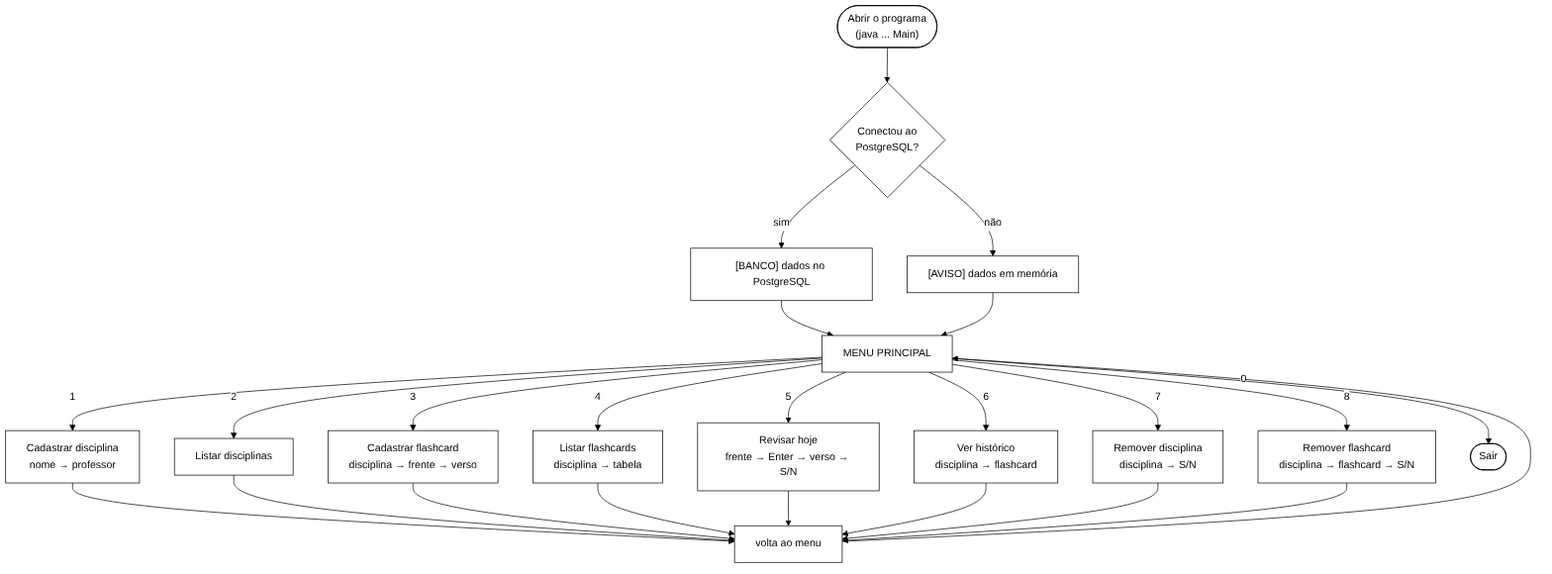
Before: docs/diagramas/mapa-navegacao.png, a diagram exported from Mermaid (AndraxZin/Cadencia). Its source is kept beside it as docs/diagramas/mapa-navegacao.mmd. Its diagram source:
```mermaid
%%{init: {"theme":"base","fontFamily":"Liberation Sans, Arial, sans-serif","themeCSS":".labelBkg{background-color:#ffffff !important;} .edgeLabel{background-color:#ffffff !important;}","themeVariables":{"background":"#ffffff","primaryColor":"#ffffff","primaryTextColor":"#000000","primaryBorderColor":"#000000","secondaryColor":"#ffffff","tertiaryColor":"#ffffff","lineColor":"#000000","textColor":"#000000","mainBkg":"#ffffff","nodeBorder":"#000000","edgeLabelBackground":"#ffffff","clusterBkg":"#ffffff","clusterBorder":"#000000","fontFamily":"Liberation Sans, Arial, sans-serif","fontSize":"15px"}}}%%
flowchart TD
    INICIO(["Abrir o programa<br/>(java ... Main)"]) --> CONEXAO{"Conectou ao<br/>PostgreSQL?"}
    CONEXAO -- sim --> BANCO["[BANCO] dados no PostgreSQL"]
    CONEXAO -- não --> MEMORIA["[AVISO] dados em memória"]
    BANCO --> MENU
    MEMORIA --> MENU
    MENU["MENU PRINCIPAL"]
    MENU -- 1 --> O1["Cadastrar disciplina<br/>nome → professor"]
    MENU -- 2 --> O2["Listar disciplinas"]
    MENU -- 3 --> O3["Cadastrar flashcard<br/>disciplina → frente → verso"]
    MENU -- 4 --> O4["Listar flashcards<br/>disciplina → tabela"]
    MENU -- 5 --> O5["Revisar hoje<br/>frente → Enter → verso → S/N"]
    MENU -- 6 --> O6["Ver histórico<br/>disciplina → flashcard"]
    MENU -- 7 --> O7["Remover disciplina<br/>disciplina → S/N"]
    MENU -- 8 --> O8["Remover flashcard<br/>disciplina → flashcard → S/N"]
    MENU -- 0 --> FIM(["Sair"])
    O1 & O2 & O3 & O4 --> VOLTA["volta ao menu"]
    O5 & O6 & O7 & O8 --> VOLTA
    VOLTA --> MENU
```
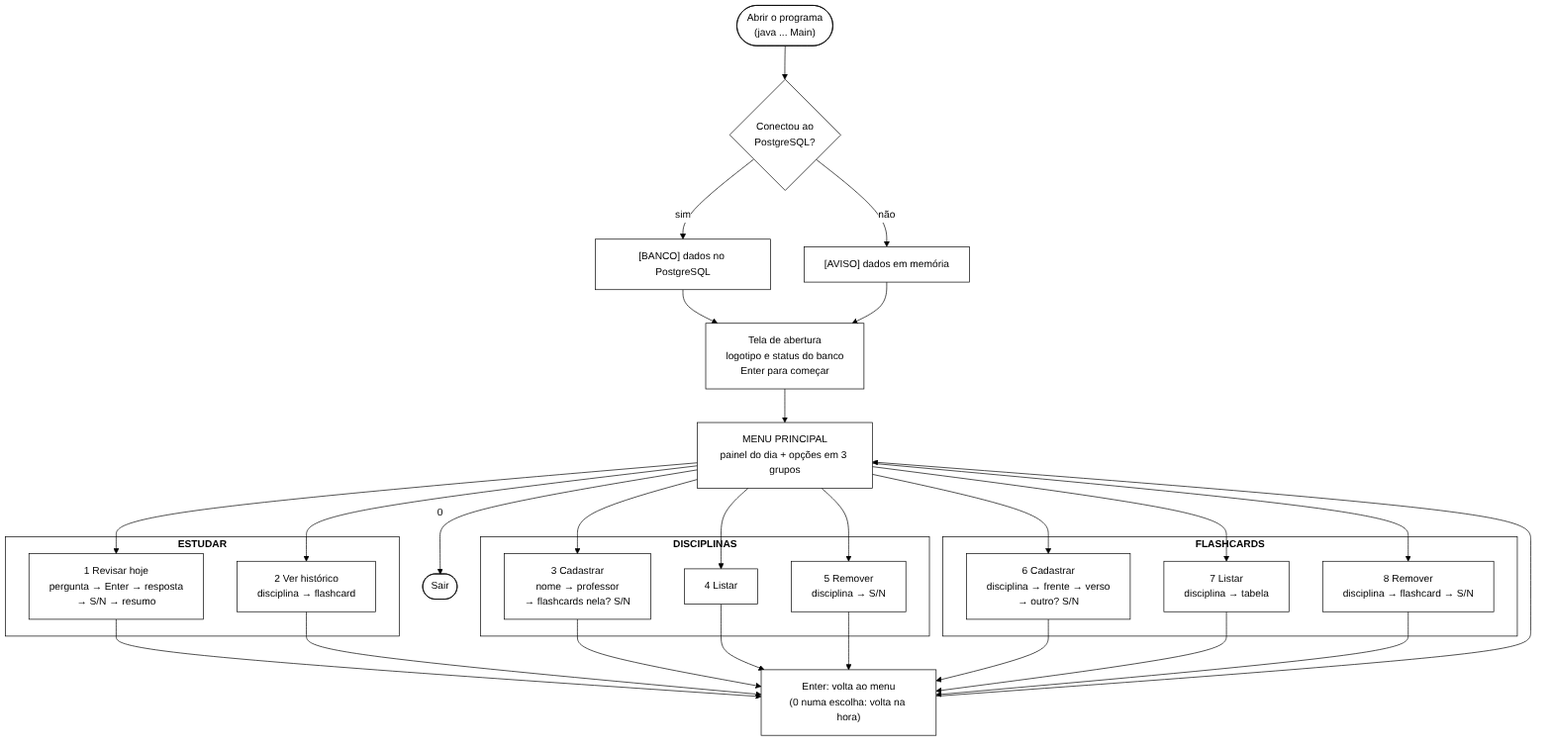
Above is the later version.

The edit, as a diff of the source:
```diff
@@ -1,20 +1,29 @@
-%%{init: {"theme":"base","fontFamily":"Liberation Sans, Arial, sans-serif","themeCSS":".labelBkg{background-color:#ffffff !important;} .edgeLabel{background-color:#ffffff !important;}","themeVariables":{"background":"#ffffff","primaryColor":"#ffffff","primaryTextColor":"#000000","primaryBorderColor":"#000000","secondaryColor":"#ffffff","tertiaryColor":"#ffffff","lineColor":"#000000","textColor":"#000000","mainBkg":"#ffffff","nodeBorder":"#000000","edgeLabelBackground":"#ffffff","clusterBkg":"#ffffff","clusterBorder":"#000000","fontFamily":"Liberation Sans, Arial, sans-serif","fontSize":"15px"}}}%%
+%%{init: {"theme":"base","fontFamily":"Liberation Sans, Arial, sans-serif","themeCSS":".labelBkg{background-color:#ffffff !important;} .edgeLabel{background-color:#ffffff !important;} .cluster-label{font-weight:bold;}","themeVariables":{"background":"#ffffff","primaryColor":"#ffffff","primaryTextColor":"#000000","primaryBorderColor":"#000000","secondaryColor":"#ffffff","tertiaryColor":"#ffffff","lineColor":"#000000","textColor":"#000000","mainBkg":"#ffffff","nodeBorder":"#000000","edgeLabelBackground":"#ffffff","clusterBkg":"#ffffff","clusterBorder":"#000000","fontFamily":"Liberation Sans, Arial, sans-serif","fontSize":"15px"}}}%%
 flowchart TD
     INICIO(["Abrir o programa<br/>(java ... Main)"]) --> CONEXAO{"Conectou ao<br/>PostgreSQL?"}
     CONEXAO -- sim --> BANCO["[BANCO] dados no PostgreSQL"]
     CONEXAO -- não --> MEMORIA["[AVISO] dados em memória"]
-    BANCO --> MENU
-    MEMORIA --> MENU
-    MENU["MENU PRINCIPAL"]
-    MENU -- 1 --> O1["Cadastrar disciplina<br/>nome → professor"]
-    MENU -- 2 --> O2["Listar disciplinas"]
-    MENU -- 3 --> O3["Cadastrar flashcard<br/>disciplina → frente → verso"]
-    MENU -- 4 --> O4["Listar flashcards<br/>disciplina → tabela"]
-    MENU -- 5 --> O5["Revisar hoje<br/>frente → Enter → verso → S/N"]
-    MENU -- 6 --> O6["Ver histórico<br/>disciplina → flashcard"]
-    MENU -- 7 --> O7["Remover disciplina<br/>disciplina → S/N"]
-    MENU -- 8 --> O8["Remover flashcard<br/>disciplina → flashcard → S/N"]
+    BANCO --> ABERTURA
+    MEMORIA --> ABERTURA
+    ABERTURA["Tela de abertura<br/>logotipo e status do banco<br/>Enter para começar"] --> MENU
+    MENU["MENU PRINCIPAL<br/>painel do dia + opções em 3 grupos"]
+    subgraph ESTUDAR
+        O1["1 Revisar hoje<br/>pergunta → Enter → resposta<br/>→ S/N → resumo"]
+        O2["2 Ver histórico<br/>disciplina → flashcard"]
+    end
+    subgraph DISCIPLINAS
+        O3["3 Cadastrar<br/>nome → professor<br/>→ flashcards nela? S/N"]
+        O4["4 Listar"]
+        O5["5 Remover<br/>disciplina → S/N"]
+    end
+    subgraph FLASHCARDS
+        O6["6 Cadastrar<br/>disciplina → frente → verso<br/>→ outro? S/N"]
+        O7["7 Listar<br/>disciplina → tabela"]
+        O8["8 Remover<br/>disciplina → flashcard → S/N"]
+    end
+    MENU --> O1 & O2
+    MENU --> O3 & O4 & O5
+    MENU --> O6 & O7 & O8
     MENU -- 0 --> FIM(["Sair"])
-    O1 & O2 & O3 & O4 --> VOLTA["volta ao menu"]
-    O5 & O6 & O7 & O8 --> VOLTA
+    O1 & O2 & O3 & O4 & O5 & O6 & O7 & O8 --> VOLTA["Enter: volta ao menu<br/>(0 numa escolha: volta na hora)"]
     VOLTA --> MENU
```
